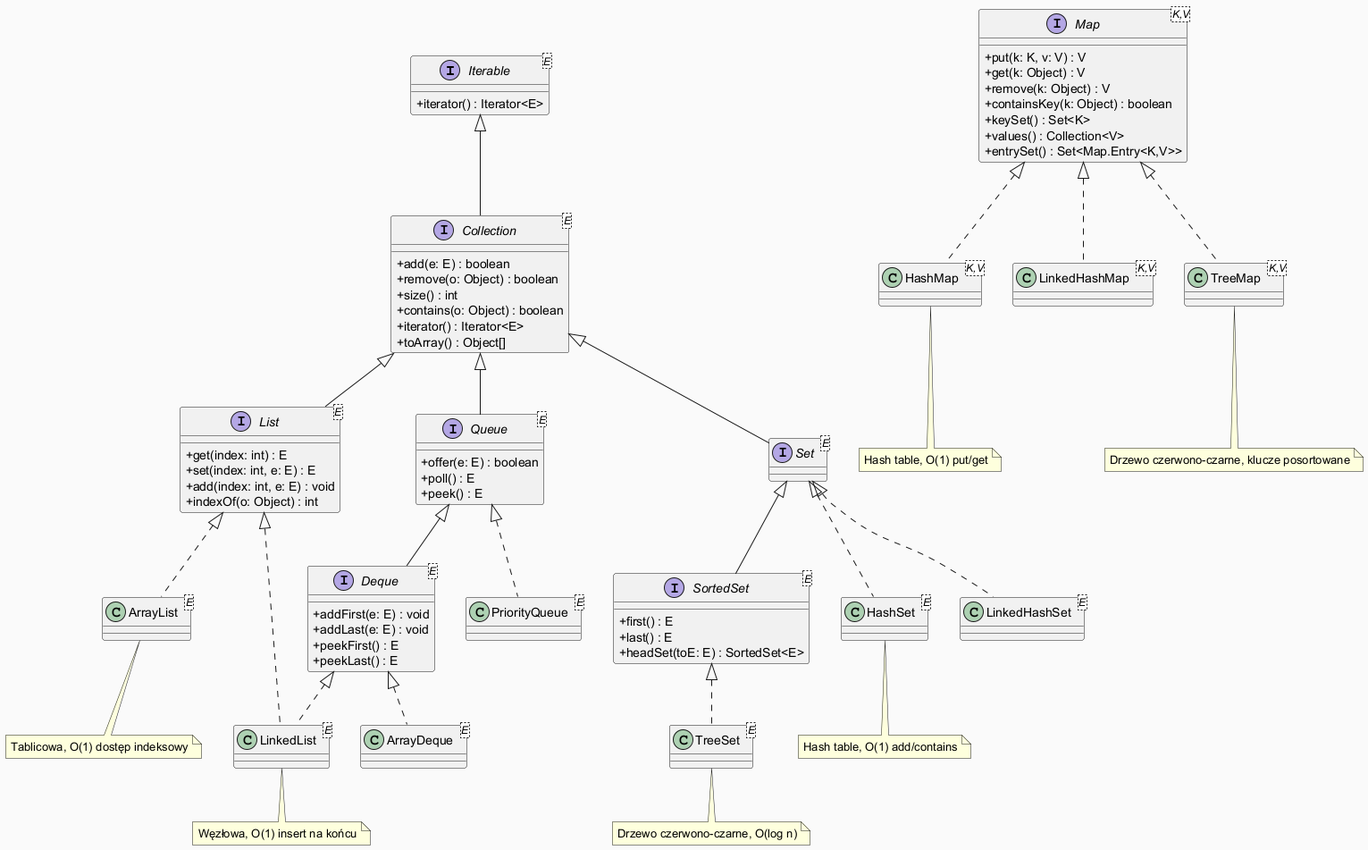
Earlier version of the PlantUML export 02_OOP/src/_05_kolekcje/_01_kolekcje_intro/diagrams/collections_hierarchy.png (tborzyszkowski/oop-concepts-java). Source of this version:
```plantuml
@startuml
skinparam classAttributeIconSize 0
skinparam packageStyle rectangle
skinparam backgroundColor #FAFAFA

interface Iterable<E> {
    +iterator() : Iterator<E>
}

interface Collection<E> extends Iterable {
    +add(e: E) : boolean
    +remove(o: Object) : boolean
    +size() : int
    +contains(o: Object) : boolean
    +iterator() : Iterator<E>
    +toArray() : Object[]
}

interface List<E> extends Collection {
    +get(index: int) : E
    +set(index: int, e: E) : E
    +add(index: int, e: E) : void
    +indexOf(o: Object) : int
}

interface Set<E> extends Collection {
}

interface Queue<E> extends Collection {
    +offer(e: E) : boolean
    +poll() : E
    +peek() : E
}

interface Deque<E> extends Queue {
    +addFirst(e: E) : void
    +addLast(e: E) : void
    +peekFirst() : E
    +peekLast() : E
}

interface SortedSet<E> extends Set {
    +first() : E
    +last() : E
    +headSet(toE: E) : SortedSet<E>
}

interface Map<K,V> {
    +put(k: K, v: V) : V
    +get(k: Object) : V
    +remove(k: Object) : V
    +containsKey(k: Object) : boolean
    +keySet() : Set<K>
    +values() : Collection<V>
    +entrySet() : Set<Map.Entry<K,V>>
}

class ArrayList<E> implements List
class LinkedList<E> implements List
class LinkedList<E> implements Deque

class HashSet<E> implements Set
class LinkedHashSet<E> implements Set
class TreeSet<E> implements SortedSet

class PriorityQueue<E> implements Queue
class ArrayDeque<E> implements Deque

class HashMap<K,V> implements Map
class LinkedHashMap<K,V> implements Map
class TreeMap<K,V> implements Map

note bottom of ArrayList : Tablicowa, O(1) dostęp indeksowy
note bottom of LinkedList : Węzłowa, O(1) insert na końcu
note bottom of HashSet : Hash table, O(1) add/contains
note bottom of TreeSet : Drzewo czerwono-czarne, O(log n)
note bottom of HashMap : Hash table, O(1) put/get
note bottom of TreeMap : Drzewo czerwono-czarne, klucze posortowane

@enduml
```
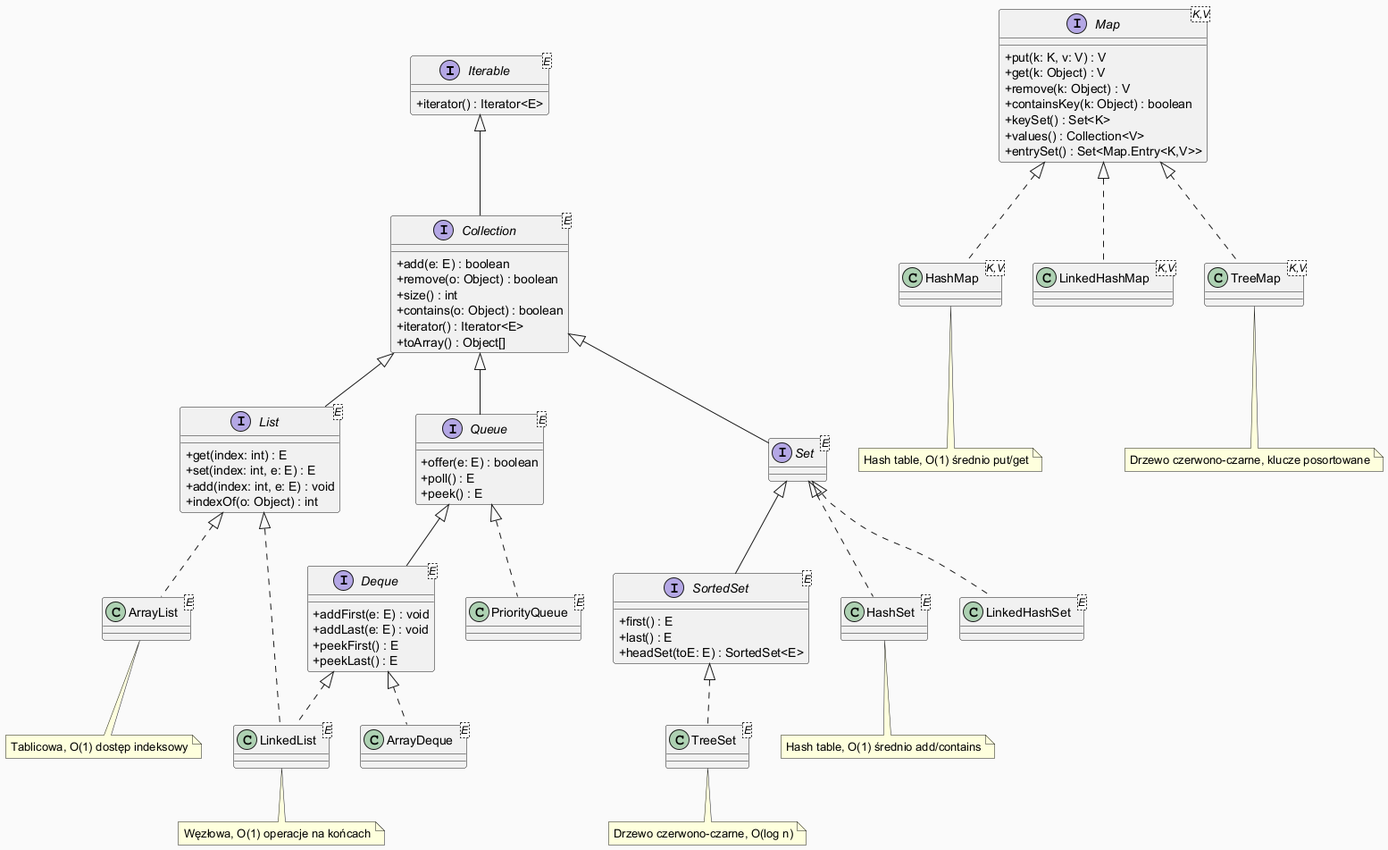
After the commit.

Diff of the diagram source:
```diff
@@ -56,8 +56,7 @@
 }
 
 class ArrayList<E> implements List
-class LinkedList<E> implements List
-class LinkedList<E> implements Deque
+class LinkedList<E> implements List, Deque
 
 class HashSet<E> implements Set
 class LinkedHashSet<E> implements Set
@@ -71,10 +70,10 @@
 class TreeMap<K,V> implements Map
 
 note bottom of ArrayList : Tablicowa, O(1) dostęp indeksowy
-note bottom of LinkedList : Węzłowa, O(1) insert na końcu
-note bottom of HashSet : Hash table, O(1) add/contains
+note bottom of LinkedList : Węzłowa, O(1) operacje na końcach
+note bottom of HashSet : Hash table, O(1) średnio add/contains
 note bottom of TreeSet : Drzewo czerwono-czarne, O(log n)
-note bottom of HashMap : Hash table, O(1) put/get
+note bottom of HashMap : Hash table, O(1) średnio put/get
 note bottom of TreeMap : Drzewo czerwono-czarne, klucze posortowane
 
 @enduml
```
